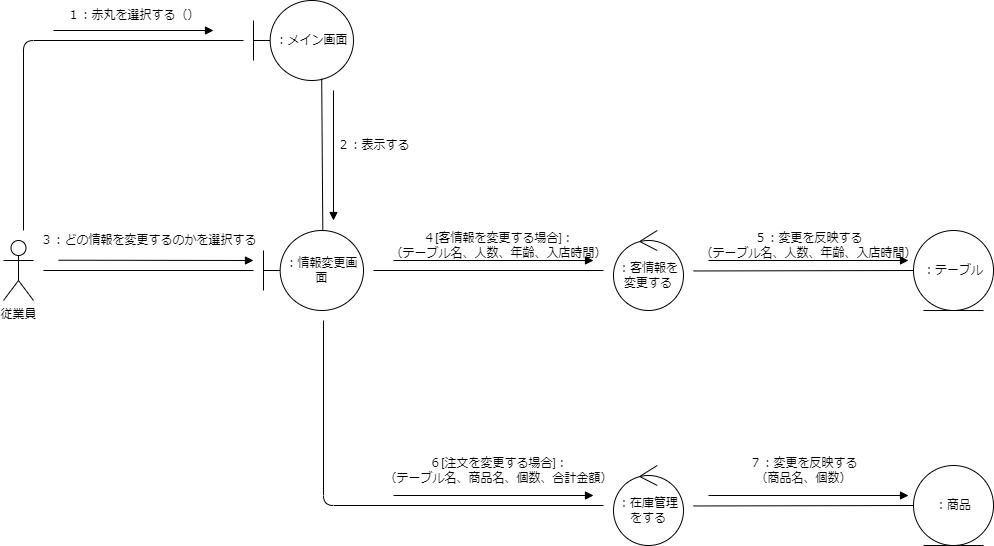
Above: psp4/コミュニケーション図/コミュニケーション図_情報変更.drawio.png in MasakiHiguchi/--- (draw.io), before the change. Source tidied: cells renumbered, new cells last; positions are measured from the earlier drawing's top-left corner, leaving out a move shared by most shapes.
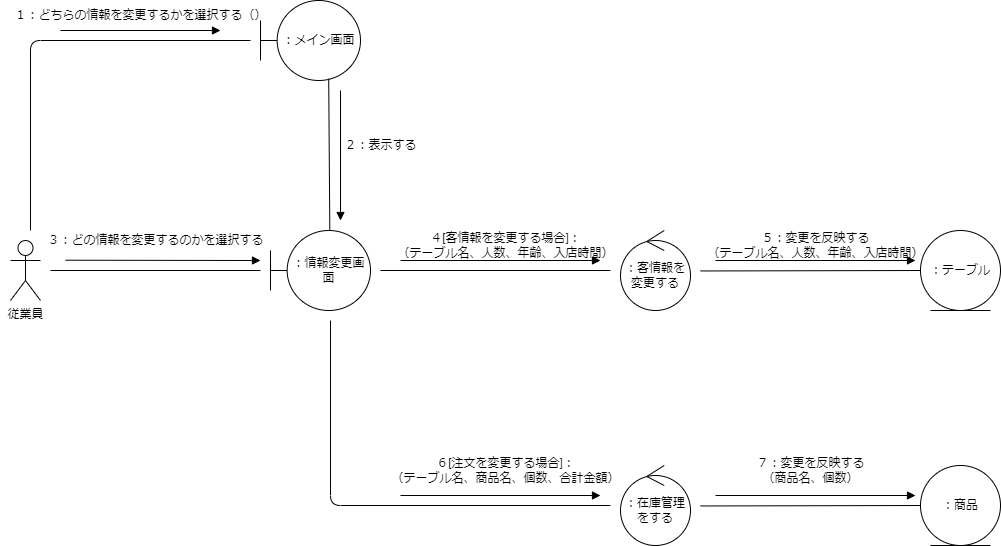
After the change.

The edit, as a diff of the source:
```diff
@@ -34,8 +34,8 @@
     <mxCell id="8" value="：テーブル" style="ellipse;shape=umlEntity;whiteSpace=wrap;html=1;" parent="1" vertex="1">
       <mxGeometry x="910" y="230" width="80" height="80" as="geometry" />
     </mxCell>
-    <mxCell id="9" value="１：赤丸を選択する（）" style="text;html=1;align=center;verticalAlign=middle;strokeColor=none;fillColor=none;" parent="1" vertex="1">
-      <mxGeometry x="50" width="160" height="30" as="geometry" />
+    <mxCell id="9" value="１：どちらの情報を変更するかを選択する（）" style="text;html=1;align=center;verticalAlign=middle;strokeColor=none;fillColor=none;" parent="1" vertex="1">
+      <mxGeometry x="-10" width="280" height="30" as="geometry" />
     </mxCell>
     <mxCell id="10" value="：情報変更画面" style="shape=umlBoundary;whiteSpace=wrap;html=1;" parent="1" vertex="1">
       <mxGeometry x="260" y="230" width="100" height="80" as="geometry" />
```
